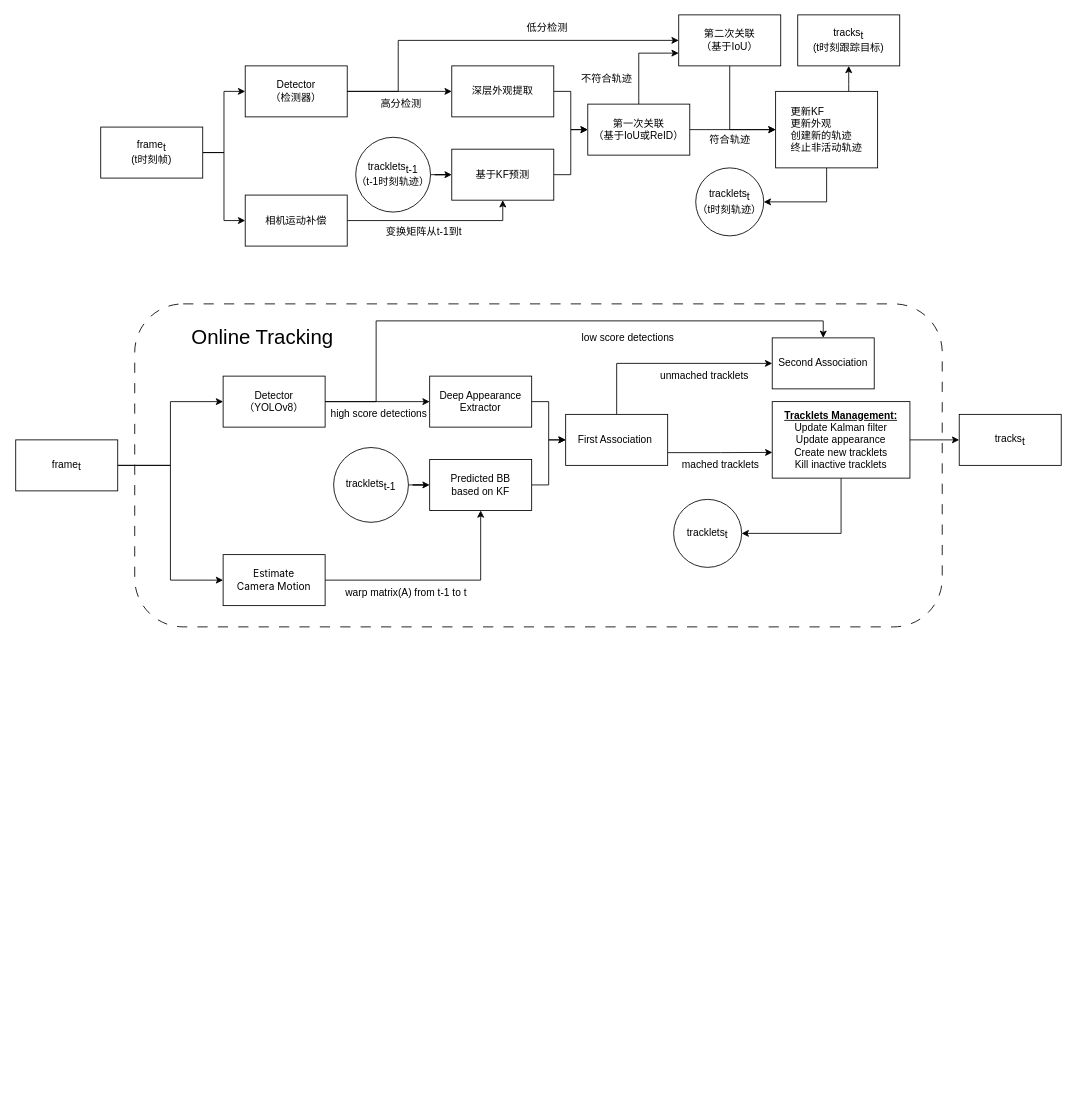
funkallll/deeplearning keeps this draw.io diagram as BOT-SORT.drawio. Above is the earlier version. Source tidied: cells renumbered, new cells numbered last; positions are measured from the earlier drawing's top-left corner, leaving out a move shared by most shapes. Both pictures are drawn from the tidied source at 85%, with x=0, y=0 at pixel (15, 14).
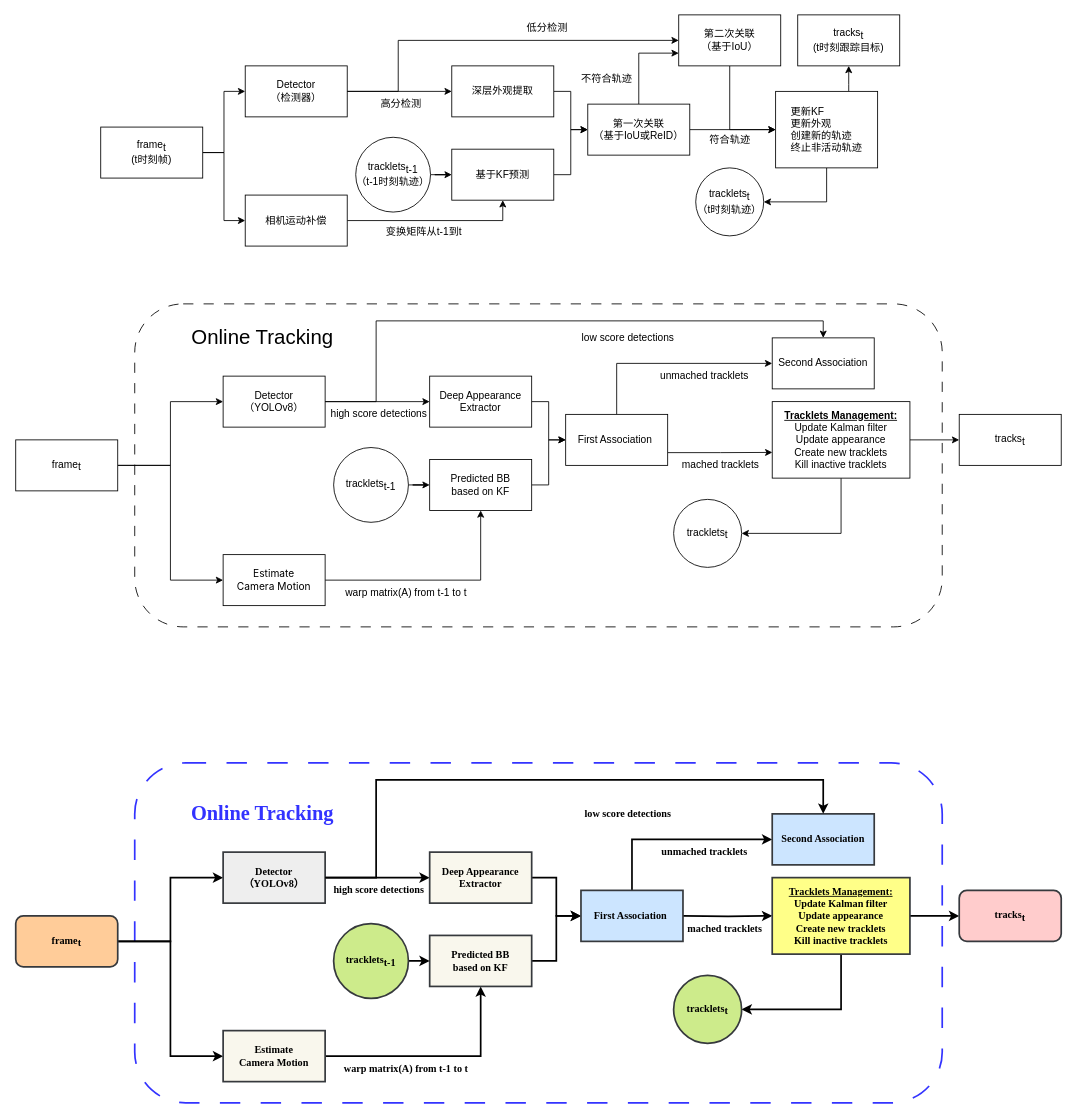
Above is the later version.

Diff of the diagram source:
```diff
@@
+    <mxCell id="61" style="rounded=1;whiteSpace=wrap;html=1;fillColor=none;dashed=1;dashPattern=12 12;fontFamily=Times New Roman;fontStyle=1;strokeWidth=2;strokeColor=#3333FF;fontColor=#3333FF;" parent="1" vertex="1">
+      <mxGeometry x="140" y="880" width="950" height="400" as="geometry" />
+    </mxCell>
+    <mxCell id="62" style="edgeStyle=orthogonalEdgeStyle;rounded=0;jettySize=auto;html=1;entryX=0;entryY=0.5;entryDx=0;entryDy=0;fontColor=default;fontSize=12;fontFamily=Times New Roman;fontStyle=1;strokeWidth=2;" parent="1" edge="1" source="64" target="66">
+      <mxGeometry relative="1" as="geometry" />
+    </mxCell>
+    <mxCell id="63" style="edgeStyle=orthogonalEdgeStyle;rounded=0;jettySize=auto;html=1;entryX=0;entryY=0.5;entryDx=0;entryDy=0;fontColor=default;fontSize=12;fontFamily=Times New Roman;fontStyle=1;strokeWidth=2;" parent="1" edge="1" source="64" target="68">
+      <mxGeometry relative="1" as="geometry" />
+    </mxCell>
+    <mxCell id="64" value="frame&lt;sub style=&quot;font-size: 12px;&quot;&gt;t&lt;/sub&gt;" style="rounded=1;whiteSpace=wrap;html=1;fontSize=12;fontFamily=Times New Roman;fontStyle=1;fillColor=#ffcc99;strokeColor=#36393d;strokeWidth=2;" parent="1" vertex="1">
+      <mxGeometry y="1060" width="120" height="60" as="geometry" />
+    </mxCell>
+    <mxCell id="65" style="edgeStyle=orthogonalEdgeStyle;rounded=0;jettySize=auto;html=1;fontSize=12;fontColor=default;fontFamily=Times New Roman;fontStyle=1;strokeWidth=2;" parent="1" edge="1" source="66" target="70">
+      <mxGeometry relative="1" as="geometry" />
+    </mxCell>
+    <mxCell id="66" value="Detector&lt;div style=&quot;font-size: 12px;&quot;&gt;（YOLOv8）&lt;/div&gt;" style="rounded=0;whiteSpace=wrap;html=1;fontSize=12;fontFamily=Times New Roman;fontStyle=1;fillColor=#eeeeee;strokeColor=#36393d;strokeWidth=2;" parent="1" vertex="1">
+      <mxGeometry x="244" y="985" width="120" height="60" as="geometry" />
+    </mxCell>
+    <mxCell id="67" style="edgeStyle=orthogonalEdgeStyle;rounded=0;jettySize=auto;html=1;entryX=0.5;entryY=1;entryDx=0;entryDy=0;fontColor=default;fontSize=12;fontFamily=Times New Roman;fontStyle=1;strokeWidth=2;" parent="1" edge="1" source="68" target="72">
+      <mxGeometry relative="1" as="geometry" />
+    </mxCell>
+    <mxCell id="68" value="&lt;div style=&quot;&quot;&gt;&lt;font&gt;Estimate&lt;/font&gt;&lt;/div&gt;&lt;div style=&quot;&quot;&gt;&lt;font&gt;Camera Motion&lt;/font&gt;&lt;/div&gt;" style="rounded=0;whiteSpace=wrap;html=1;fontSize=12;align=center;fontFamily=Times New Roman;fontStyle=1;fillColor=#f9f7ed;strokeColor=#36393d;strokeWidth=2;" parent="1" vertex="1">
+      <mxGeometry x="244" y="1195" width="120" height="60" as="geometry" />
+    </mxCell>
+    <mxCell id="69" style="edgeStyle=orthogonalEdgeStyle;rounded=0;jettySize=auto;html=1;fontColor=default;fontSize=12;fontFamily=Times New Roman;fontStyle=1;strokeWidth=2;" parent="1" edge="1" source="70" target="75">
+      <mxGeometry relative="1" as="geometry" />
+    </mxCell>
+    <mxCell id="70" value="Deep Appearance&lt;div&gt;Extractor&lt;/div&gt;" style="rounded=0;whiteSpace=wrap;html=1;fontSize=12;fontFamily=Times New Roman;fontStyle=1;fillColor=#f9f7ed;strokeColor=#36393d;strokeWidth=2;" parent="1" vertex="1">
+      <mxGeometry x="487" y="985" width="120" height="60" as="geometry" />
+    </mxCell>
+    <mxCell id="71" style="edgeStyle=orthogonalEdgeStyle;rounded=0;jettySize=auto;html=1;entryX=0;entryY=0.5;entryDx=0;entryDy=0;fontColor=default;fontSize=12;fontFamily=Times New Roman;fontStyle=1;strokeWidth=2;" parent="1" edge="1" source="72" target="75">
+      <mxGeometry relative="1" as="geometry" />
+    </mxCell>
+    <mxCell id="72" value="Predicted BB&lt;div&gt;based on KF&lt;/div&gt;" style="rounded=0;whiteSpace=wrap;html=1;fontSize=12;fontFamily=Times New Roman;fontStyle=1;fillColor=#f9f7ed;strokeColor=#36393d;strokeWidth=2;" parent="1" vertex="1">
+      <mxGeometry x="487" y="1083" width="120" height="60" as="geometry" />
+    </mxCell>
+    <mxCell id="73" style="edgeStyle=orthogonalEdgeStyle;rounded=0;jettySize=auto;html=1;entryX=0;entryY=0.5;entryDx=0;entryDy=0;fontColor=default;fontSize=12;fontFamily=Times New Roman;fontStyle=1;strokeWidth=2;" parent="1" edge="1" target="81">
+      <mxGeometry relative="1" as="geometry">
+        <mxPoint x="785" y="1060" as="sourcePoint" />
+      </mxGeometry>
+    </mxCell>
+    <mxCell id="74" style="edgeStyle=orthogonalEdgeStyle;rounded=0;jettySize=auto;html=1;entryX=0;entryY=0.5;entryDx=0;entryDy=0;fontColor=default;fontSize=12;exitX=0.5;exitY=0;exitDx=0;exitDy=0;fontFamily=Times New Roman;fontStyle=1;strokeWidth=2;" parent="1" edge="1" source="75" target="76">
+      <mxGeometry relative="1" as="geometry">
+        <Array as="points">
+          <mxPoint x="725" y="970" />
+        </Array>
+      </mxGeometry>
+    </mxCell>
+    <mxCell id="75" value="First Association&lt;span style=&quot;background-color: transparent; color: light-dark(rgb(0, 0, 0), rgb(255, 255, 255));&quot;&gt;&amp;nbsp;&lt;/span&gt;" style="rounded=0;whiteSpace=wrap;html=1;fontSize=12;fontFamily=Times New Roman;fontStyle=1;fillColor=#cce5ff;strokeColor=#36393d;strokeWidth=2;" parent="1" vertex="1">
+      <mxGeometry x="665" y="1030" width="120" height="60" as="geometry" />
+    </mxCell>
+    <mxCell id="76" value="Second Association" style="rounded=0;whiteSpace=wrap;html=1;fontSize=12;fontFamily=Times New Roman;fontStyle=1;fillColor=#cce5ff;strokeColor=#36393d;strokeWidth=2;" parent="1" vertex="1">
+      <mxGeometry x="890" y="940" width="120" height="60" as="geometry" />
+    </mxCell>
+    <mxCell id="77" style="edgeStyle=orthogonalEdgeStyle;rounded=0;jettySize=auto;html=1;entryX=0;entryY=0.5;entryDx=0;entryDy=0;fontColor=default;fontSize=12;fontFamily=Times New Roman;fontStyle=1;strokeWidth=2;" parent="1" edge="1" source="78" target="72">
+      <mxGeometry relative="1" as="geometry" />
+    </mxCell>
+    <mxCell id="78" value="tracklets&lt;sub style=&quot;font-size: 12px;&quot;&gt;t-1&lt;/sub&gt;" style="ellipse;whiteSpace=wrap;html=1;fontSize=12;fontFamily=Times New Roman;fontStyle=1;fillColor=#cdeb8b;strokeColor=#36393d;strokeWidth=2;" parent="1" vertex="1">
+      <mxGeometry x="374" y="1069" width="88" height="88" as="geometry" />
+    </mxCell>
+    <mxCell id="79" style="edgeStyle=orthogonalEdgeStyle;rounded=0;jettySize=auto;html=1;entryX=0;entryY=0.5;entryDx=0;entryDy=0;fontColor=default;fontSize=12;exitX=1;exitY=0.5;exitDx=0;exitDy=0;fontFamily=Times New Roman;fontStyle=1;strokeWidth=2;" parent="1" edge="1" source="81" target="83">
+      <mxGeometry relative="1" as="geometry" />
+    </mxCell>
+    <mxCell id="80" style="edgeStyle=orthogonalEdgeStyle;rounded=0;jettySize=auto;html=1;entryX=1;entryY=0.5;entryDx=0;entryDy=0;fontColor=default;fontSize=12;exitX=0.5;exitY=1;exitDx=0;exitDy=0;fontFamily=Times New Roman;fontStyle=1;strokeWidth=2;" parent="1" edge="1" source="81" target="82">
+      <mxGeometry relative="1" as="geometry">
+        <Array as="points">
+          <mxPoint x="971" y="1170" />
+        </Array>
+      </mxGeometry>
+    </mxCell>
+    <mxCell id="81" value="&lt;div style=&quot;font-size: 12px;&quot;&gt;&lt;span&gt;&lt;u&gt;Tracklets Management:&lt;/u&gt;&lt;/span&gt;&lt;/div&gt;&lt;div style=&quot;font-size: 12px;&quot;&gt;Update Kalman filter&lt;/div&gt;&lt;div style=&quot;font-size: 12px;&quot;&gt;Update appearance&lt;/div&gt;&lt;div style=&quot;font-size: 12px;&quot;&gt;Create new tracklets&lt;/div&gt;&lt;div style=&quot;font-size: 12px;&quot;&gt;Kill inactive tracklets&lt;/div&gt;" style="rounded=0;whiteSpace=wrap;html=1;fontSize=12;align=center;fontFamily=Times New Roman;fontStyle=1;fillColor=#ffff88;strokeColor=#36393d;strokeWidth=2;" parent="1" vertex="1">
+      <mxGeometry x="890" y="1015" width="162" height="90" as="geometry" />
+    </mxCell>
+    <mxCell id="82" value="tracklets&lt;sub style=&quot;font-size: 12px;&quot;&gt;t&lt;/sub&gt;" style="ellipse;whiteSpace=wrap;html=1;fontSize=12;fontFamily=Times New Roman;fontStyle=1;fillColor=#cdeb8b;strokeColor=#36393d;strokeWidth=2;" parent="1" vertex="1">
+      <mxGeometry x="774" y="1130" width="80" height="80" as="geometry" />
+    </mxCell>
+    <mxCell id="83" value="tracks&lt;sub style=&quot;font-size: 12px;&quot;&gt;t&lt;/sub&gt;" style="rounded=1;whiteSpace=wrap;html=1;fontSize=12;fontFamily=Times New Roman;fontStyle=1;fillColor=#ffcccc;strokeColor=#36393d;strokeWidth=2;" parent="1" vertex="1">
+      <mxGeometry x="1110" y="1030" width="120" height="60" as="geometry" />
+    </mxCell>
+    <mxCell id="84" style="edgeStyle=orthogonalEdgeStyle;rounded=0;jettySize=auto;html=1;entryX=0.5;entryY=0;entryDx=0;entryDy=0;fontColor=default;fontSize=12;fontFamily=Times New Roman;fontStyle=1;strokeWidth=2;" parent="1" edge="1" source="66" target="76">
+      <mxGeometry relative="1" as="geometry">
+        <Array as="points">
+          <mxPoint x="424" y="1015" />
+          <mxPoint x="424" y="900" />
+          <mxPoint x="950" y="900" />
+        </Array>
+      </mxGeometry>
+    </mxCell>
+    <mxCell id="85" value="warp matrix(A) from t-1 to t" style="text;html=1;align=center;verticalAlign=middle;strokeColor=none;fillColor=none;fontColor=default;fontSize=12;fontFamily=Times New Roman;fontStyle=1;strokeWidth=2;" parent="1" vertex="1">
+      <mxGeometry x="379" y="1225" width="160" height="30" as="geometry" />
+    </mxCell>
+    <mxCell id="86" value="high score detections" style="text;html=1;align=center;verticalAlign=middle;strokeColor=none;fillColor=none;fontColor=default;fontSize=12;fontFamily=Times New Roman;fontStyle=1;strokeWidth=2;" parent="1" vertex="1">
+      <mxGeometry x="367" y="1015" width="120" height="30" as="geometry" />
+    </mxCell>
+    <mxCell id="87" value="low score detections" style="text;html=1;align=center;verticalAlign=middle;strokeColor=none;fillColor=none;fontColor=default;fontSize=12;fontFamily=Times New Roman;fontStyle=1;strokeWidth=2;" parent="1" vertex="1">
+      <mxGeometry x="660" y="925" width="120" height="30" as="geometry" />
+    </mxCell>
+    <mxCell id="88" value="unmached tracklets" style="text;html=1;align=center;verticalAlign=middle;strokeColor=none;fillColor=none;fontColor=default;fontSize=12;fontFamily=Times New Roman;fontStyle=1;strokeWidth=2;" parent="1" vertex="1">
+      <mxGeometry x="750" y="970" width="120" height="30" as="geometry" />
+    </mxCell>
+    <mxCell id="89" value="mached tracklets" style="text;html=1;align=center;verticalAlign=middle;strokeColor=none;fillColor=none;fontColor=default;fontSize=12;fontFamily=Times New Roman;fontStyle=1;strokeWidth=2;" parent="1" vertex="1">
+      <mxGeometry x="784" y="1060" width="100" height="30" as="geometry" />
+    </mxCell>
+    <mxCell id="90" value="&lt;font style=&quot;font-size: 24px;&quot;&gt;Online Tracking&lt;/font&gt;" style="text;html=1;align=center;verticalAlign=middle;strokeColor=none;fillColor=none;fontColor=#3333FF;fontSize=12;fontFamily=Times New Roman;fontStyle=1;strokeWidth=2;labelBackgroundColor=none;" parent="1" vertex="1">
+      <mxGeometry x="200" y="920" width="180" height="40" as="geometry" />
+    </mxCell>
```
